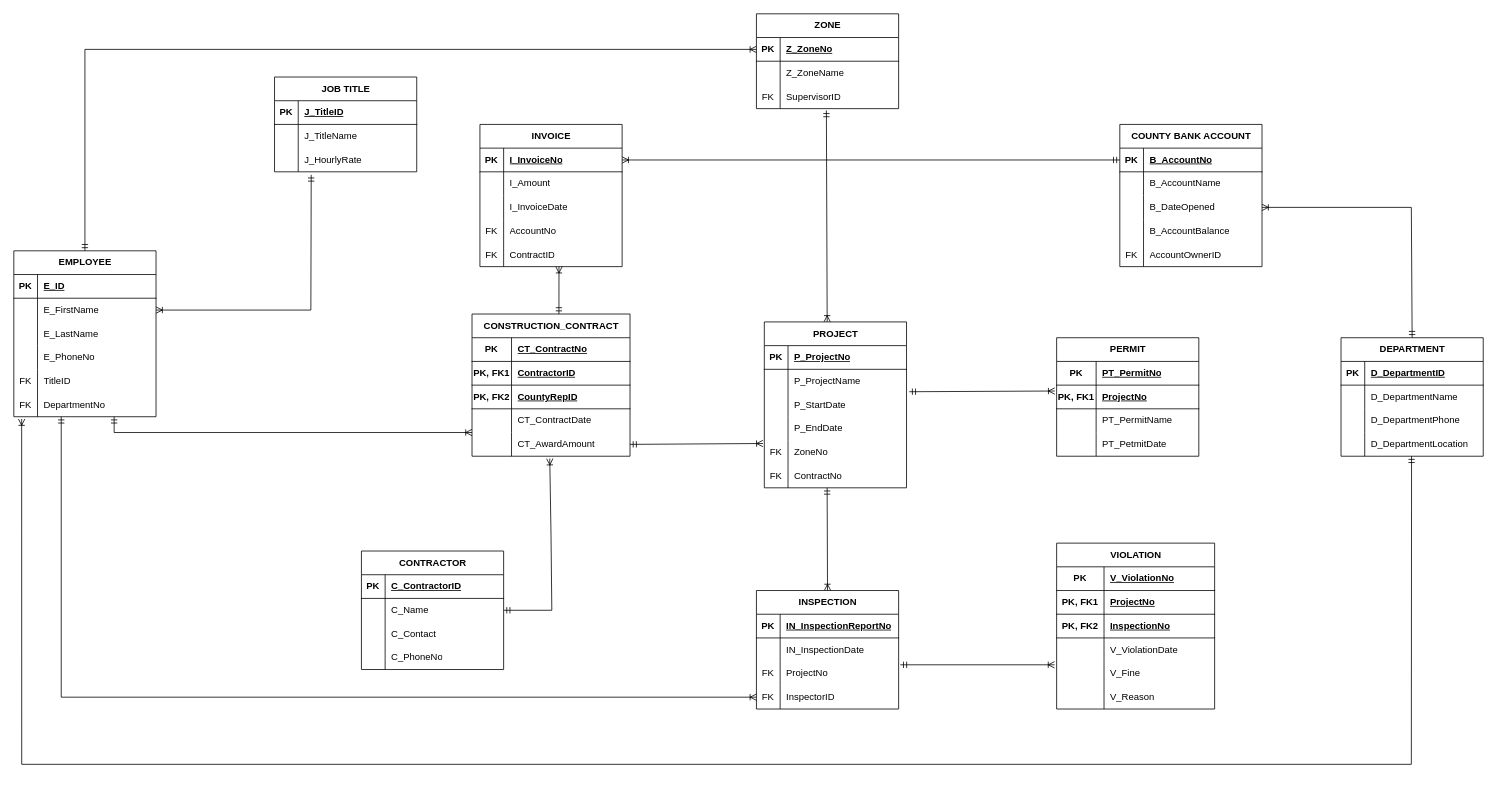
Earlier version of the draw.io diagram DatabaseERD.drawio (falcatraz/database-project). Source tidied: cells renumbered, new cells numbered last; positions are measured from the earlier drawing's top-left corner, leaving out a move shared by most shapes. Both pictures are drawn from the tidied source at 79%, with x=0, y=0 at pixel (13, 13).
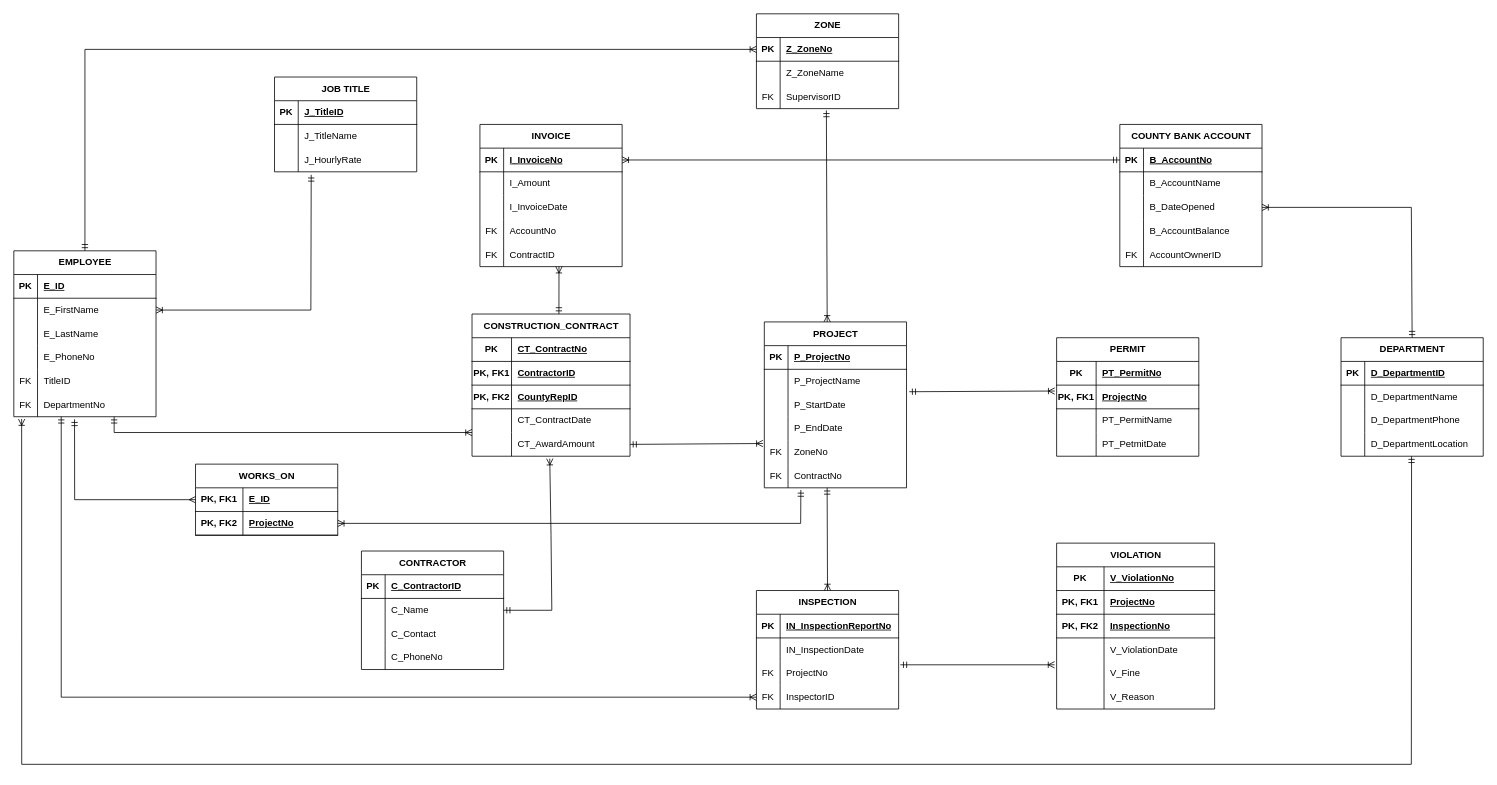
Above is the later version.

Unchanged cells that the change refers to:
```xml
<mxCell id="18" style="shape=tableRow;horizontal=0;startSize=0;swimlaneHead=0;swimlaneBody=0;fillColor=none;points=[[0,0.5],[1,0.5]];portConstraint=eastwest;top=0;left=0;right=0;bottom=0;" parent="2" vertex="1">
  <mxGeometry y="180" width="180" height="30" as="geometry" />
</mxCell>
<mxCell id="92" style="shape=tableRow;horizontal=0;startSize=0;swimlaneHead=0;swimlaneBody=0;fillColor=none;points=[[0,0.5],[1,0.5]];portConstraint=eastwest;top=0;left=0;right=0;bottom=0;" parent="76" vertex="1">
  <mxGeometry y="180" width="180" height="30" as="geometry" />
</mxCell>
```

What changed in the source:
```diff
@@
+    <mxCell id="193" value="WORKS_ON" style="shape=table;startSize=30;childLayout=tableLayout;rowLines=0;fontStyle=1;align=center;html=1;" parent="1" vertex="1">
+      <mxGeometry x="230" y="570" width="180" height="90" as="geometry" />
+    </mxCell>
+    <mxCell id="194" style="shape=tableRow;horizontal=0;startSize=0;swimlaneHead=0;swimlaneBody=0;fillColor=none;points=[[0,0.5],[1,0.5]];portConstraint=eastwest;top=0;left=0;right=0;bottom=1;" parent="193" vertex="1">
+      <mxGeometry y="30" width="180" height="30" as="geometry" />
+    </mxCell>
+    <mxCell id="195" value="PK, FK1" style="shape=partialRectangle;fillColor=none;top=0;left=0;bottom=0;right=0;fontStyle=1;overflow=hidden;whiteSpace=wrap;html=1;" parent="194" vertex="1">
+      <mxGeometry width="60" height="30" as="geometry" />
+    </mxCell>
+    <mxCell id="196" value="E_ID" style="shape=partialRectangle;fillColor=none;top=0;left=0;bottom=0;right=0;align=left;spacingLeft=6;fontStyle=5;overflow=hidden;whiteSpace=wrap;html=1;" parent="194" vertex="1">
+      <mxGeometry x="60" width="120" height="30" as="geometry" />
+    </mxCell>
+    <mxCell id="197" style="shape=tableRow;horizontal=0;startSize=0;swimlaneHead=0;swimlaneBody=0;fillColor=none;points=[[0,0.5],[1,0.5]];portConstraint=eastwest;top=0;left=0;right=0;bottom=1;" parent="193" vertex="1">
+      <mxGeometry y="60" width="180" height="30" as="geometry" />
+    </mxCell>
+    <mxCell id="198" value="PK, FK2" style="shape=partialRectangle;fillColor=none;top=0;left=0;bottom=0;right=0;fontStyle=1;overflow=hidden;whiteSpace=wrap;html=1;" parent="197" vertex="1">
+      <mxGeometry width="60" height="30" as="geometry" />
+    </mxCell>
+    <mxCell id="199" value="ProjectNo" style="shape=partialRectangle;fillColor=none;top=0;left=0;bottom=0;right=0;align=left;spacingLeft=6;fontStyle=5;overflow=hidden;whiteSpace=wrap;html=1;" parent="197" vertex="1">
+      <mxGeometry x="60" width="120" height="30" as="geometry" />
+    </mxCell>
+    <mxCell id="200" style="fontSize=12;html=1;endArrow=ERmany;rounded=0;entryX=0;entryY=0.5;entryDx=0;entryDy=0;exitX=0.427;exitY=1.108;exitDx=0;exitDy=0;exitPerimeter=0;startArrow=ERmandOne;startFill=0;" parent="1" edge="1" source="18" target="194">
+      <mxGeometry relative="1" as="geometry">
+        <Array as="points">
+          <mxPoint x="77" y="615" />
+        </Array>
+      </mxGeometry>
+    </mxCell>
+    <mxCell id="201" style="fontSize=12;html=1;endArrow=ERoneToMany;startArrow=ERmandOne;rounded=0;exitX=0.257;exitY=1.09;exitDx=0;exitDy=0;exitPerimeter=0;entryX=1;entryY=0.5;entryDx=0;entryDy=0;" parent="1" edge="1" source="92" target="197">
+      <mxGeometry relative="1" as="geometry">
+        <Array as="points">
+          <mxPoint x="996" y="645" />
+        </Array>
+      </mxGeometry>
+    </mxCell>
```
